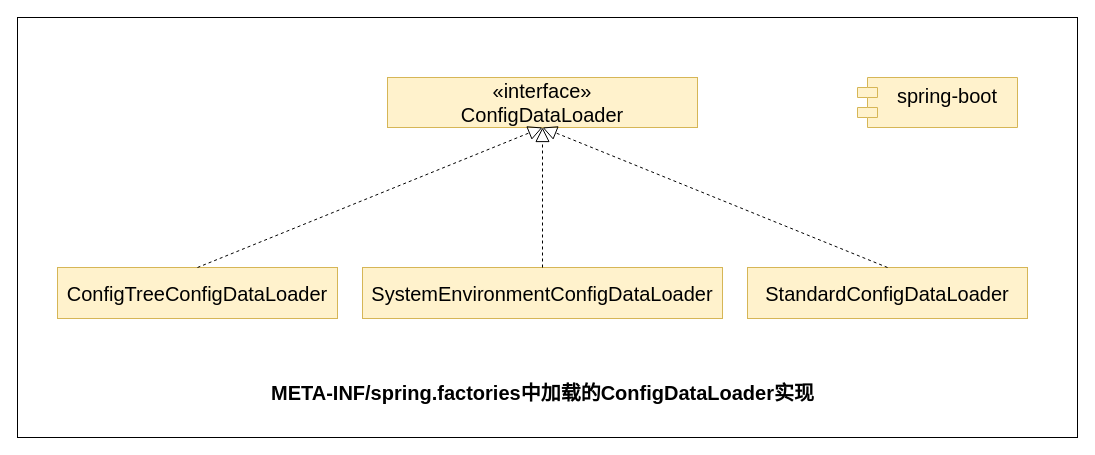
Above: dubbo-learning-doc/drawio/源码分析/1_SpringApplication_run方法/资源加载/9_META-INF_spring_factories_ConfigDataLoader_新版配置加载机制.drawio in czwer/dubbo-learning (draw.io), before the change. Source tidied: cells renumbered, new cells numbered last; positions are measured from the earlier drawing's top-left corner, leaving out a move shared by most shapes. Both pictures are drawn from the tidied source at 100%, with x=0, y=0 at pixel (17, 17).
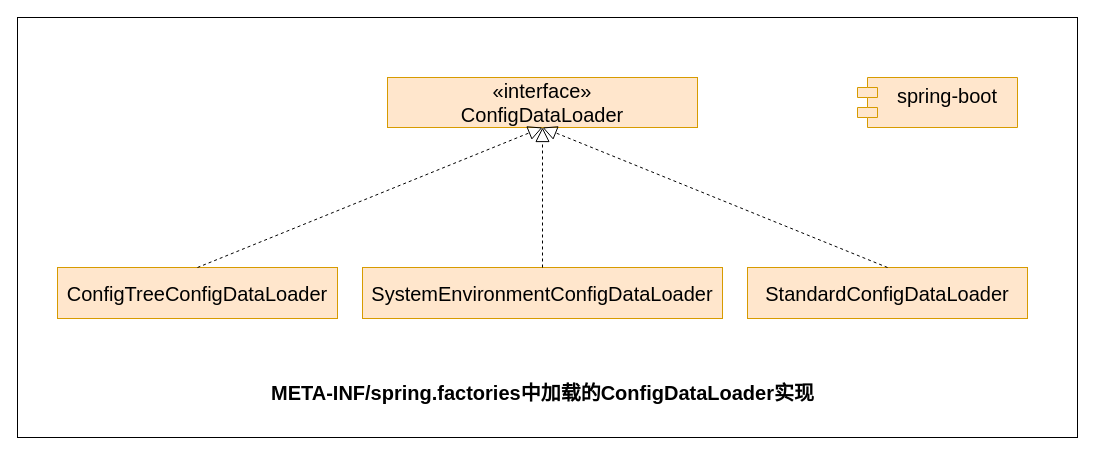
After the change.

What changed in the source:
```diff
@@
 <mxGraphModel>
   <root>
     <mxCell id="0" />
     <mxCell id="1" parent="0" />
     <mxCell id="2" style="rounded=0;whiteSpace=wrap;html=1;" parent="1" vertex="1">
       <mxGeometry width="1060" height="420" as="geometry" />
     </mxCell>
-    <mxCell id="3" value="&lt;div&gt;ConfigTreeConfigDataLoader&lt;/div&gt;" style="html=1;whiteSpace=wrap;fontSize=20;verticalAlign=middle;align=center;fillColor=#fff2cc;strokeColor=#d6b656;" parent="1" vertex="1">
+    <mxCell id="3" value="&lt;div&gt;ConfigTreeConfigDataLoader&lt;/div&gt;" style="html=1;whiteSpace=wrap;fontSize=20;verticalAlign=middle;align=center;fillColor=#ffe6cc;strokeColor=#d79b00;" parent="1" vertex="1">
       <mxGeometry x="40" y="250" width="280" height="51" as="geometry" />
     </mxCell>
-    <mxCell id="4" value="«interface»&lt;br&gt;ConfigDataLoader" style="html=1;whiteSpace=wrap;fontSize=20;fontStyle=0;fillColor=#fff2cc;strokeColor=#d6b656;" parent="1" vertex="1">
+    <mxCell id="4" value="«interface»&lt;br&gt;ConfigDataLoader" style="html=1;whiteSpace=wrap;fontSize=20;fontStyle=0;fillColor=#ffe6cc;strokeColor=#d79b00;" parent="1" vertex="1">
       <mxGeometry x="370" y="60" width="310" height="50" as="geometry" />
     </mxCell>
-    <mxCell id="5" value="spring-boot&lt;div&gt;&lt;div&gt;&lt;br&gt;&lt;/div&gt;&lt;/div&gt;" style="shape=module;align=left;spacingLeft=20;align=center;verticalAlign=top;whiteSpace=wrap;html=1;fontSize=20;fillColor=#fff2cc;strokeColor=#d6b656;" parent="1" vertex="1">
+    <mxCell id="5" value="spring-boot&lt;div&gt;&lt;div&gt;&lt;br&gt;&lt;/div&gt;&lt;/div&gt;" style="shape=module;align=left;spacingLeft=20;align=center;verticalAlign=top;whiteSpace=wrap;html=1;fontSize=20;fillColor=#ffe6cc;strokeColor=#d79b00;" parent="1" vertex="1">
       <mxGeometry x="840" y="60" width="160" height="50" as="geometry" />
     </mxCell>
     <mxCell id="6" style="endArrow=block;dashed=1;endFill=0;endSize=12;html=1;rounded=0;exitX=0.5;exitY=0;exitDx=0;exitDy=0;entryX=0.5;entryY=1;entryDx=0;entryDy=0;" parent="1" edge="1" source="3" target="4">
       <mxGeometry relative="1" as="geometry" />
     </mxCell>
-    <mxCell id="7" value="&lt;div&gt;StandardConfigDataLoader&lt;/div&gt;" style="html=1;whiteSpace=wrap;fontSize=20;verticalAlign=middle;align=center;fillColor=#fff2cc;strokeColor=#d6b656;" parent="1" vertex="1">
+    <mxCell id="7" value="&lt;div&gt;StandardConfigDataLoader&lt;/div&gt;" style="html=1;whiteSpace=wrap;fontSize=20;verticalAlign=middle;align=center;fillColor=#ffe6cc;strokeColor=#d79b00;" parent="1" vertex="1">
       <mxGeometry x="730" y="250" width="280" height="51" as="geometry" />
     </mxCell>
     <mxCell id="8" style="endArrow=block;dashed=1;endFill=0;endSize=12;html=1;rounded=0;exitX=0.5;exitY=0;exitDx=0;exitDy=0;entryX=0.5;entryY=1;entryDx=0;entryDy=0;" parent="1" edge="1" source="7" target="4">
       <mxGeometry relative="1" as="geometry" />
     </mxCell>
-    <mxCell id="9" value="&lt;div&gt;SystemEnvironmentConfigDataLoader&lt;/div&gt;" style="html=1;whiteSpace=wrap;fontSize=20;verticalAlign=middle;align=center;fillColor=#fff2cc;strokeColor=#d6b656;" parent="1" vertex="1">
+    <mxCell id="9" value="&lt;div&gt;SystemEnvironmentConfigDataLoader&lt;/div&gt;" style="html=1;whiteSpace=wrap;fontSize=20;verticalAlign=middle;align=center;fillColor=#ffe6cc;strokeColor=#d79b00;" parent="1" vertex="1">
       <mxGeometry x="345" y="250" width="360" height="51" as="geometry" />
     </mxCell>
     <mxCell id="10" style="endArrow=block;dashed=1;endFill=0;endSize=12;html=1;rounded=0;exitX=0.5;exitY=0;exitDx=0;exitDy=0;entryX=0.5;entryY=1;entryDx=0;entryDy=0;" parent="1" edge="1" source="9" target="4">
       <mxGeometry relative="1" as="geometry" />
     </mxCell>
     <mxCell id="11" value="META-INF/spring.factories中加载的ConfigDataLoader实现" style="text;html=1;align=center;verticalAlign=middle;whiteSpace=wrap;rounded=0;fontSize=20;fontStyle=1;" parent="1" vertex="1">
       <mxGeometry x="153.8" y="360" width="742.5" height="30" as="geometry" />
     </mxCell>
   </root>
 </mxGraphModel>
```
